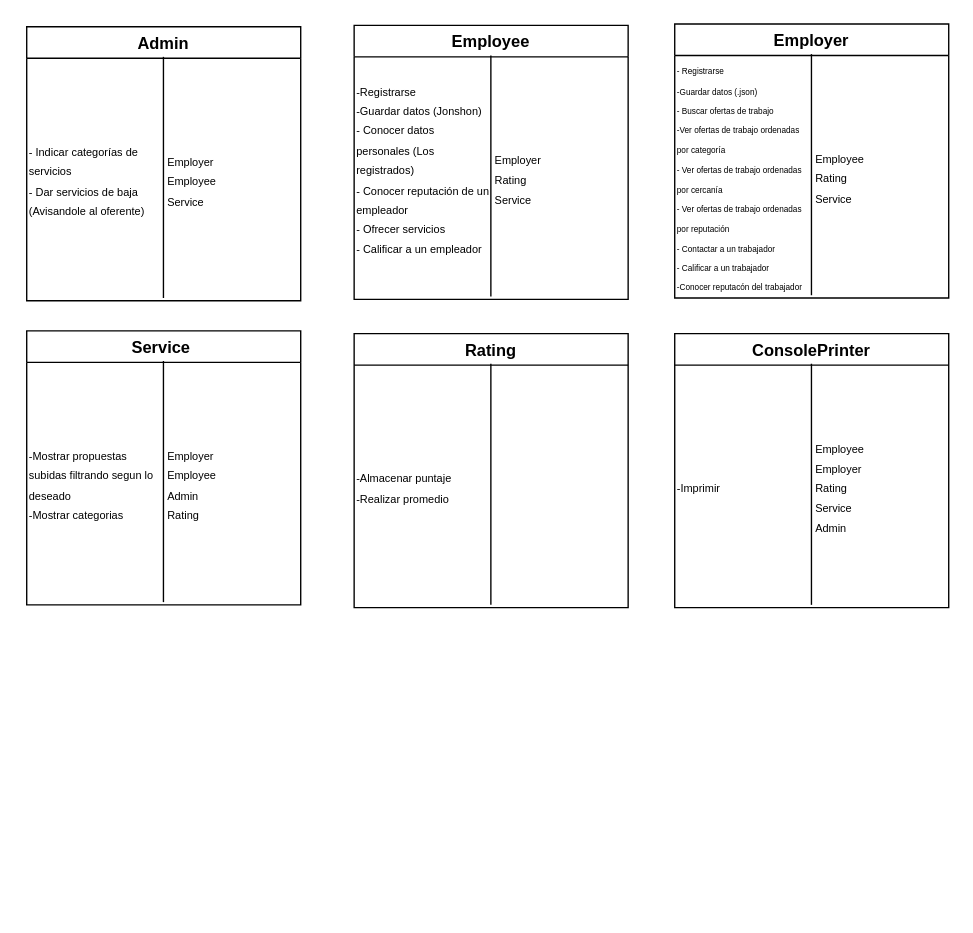
Earlier version of the draw.io diagram Tarjetas CRC.drawio (charlis96/Proyecto_Chatbot). Source tidied: cells renumbered, new cells numbered last; positions are measured from the earlier drawing's top-left corner, leaving out a move shared by most shapes. Both pictures are drawn from the tidied source at 137%, with x=0, y=0 at pixel (26, 23).
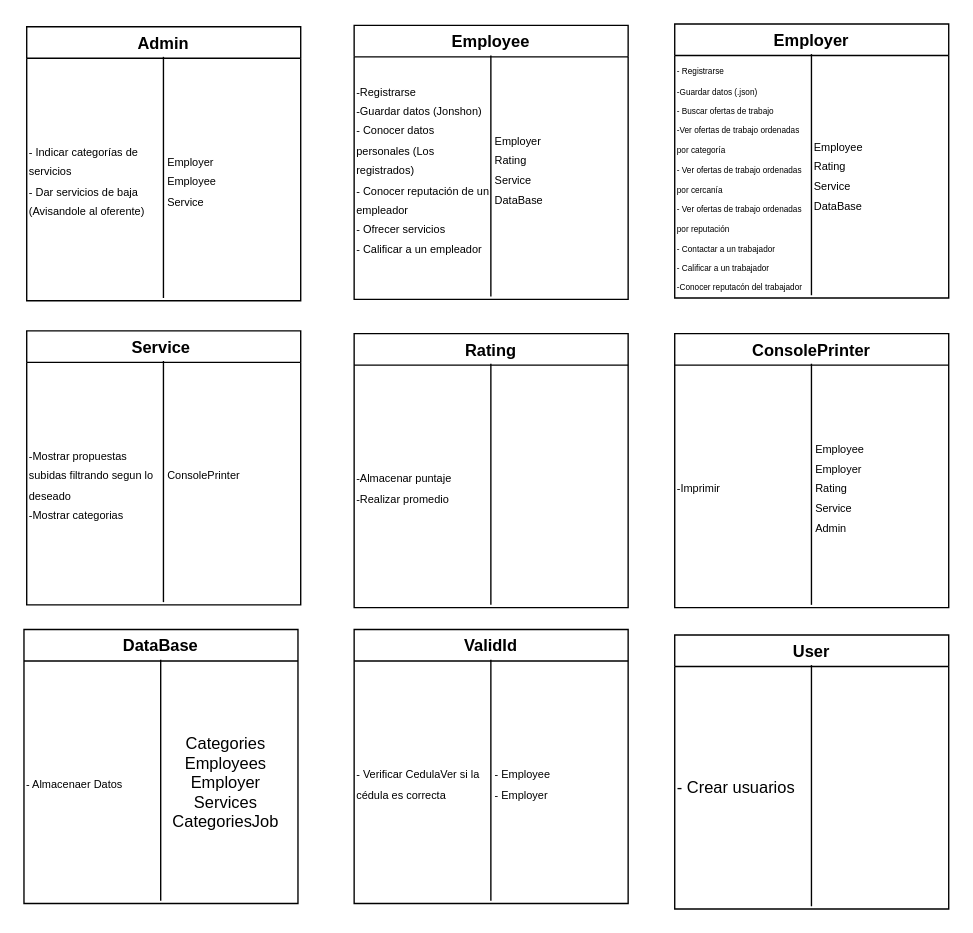
After the change.

Unchanged cells that the change refers to:
```xml
<mxCell id="6" value="Employee" style="swimlane;" parent="1" vertex="1">
  <mxGeometry x="239" y="1" width="200" height="200" as="geometry" />
</mxCell>
<mxCell id="10" value="Employer" style="swimlane;" parent="1" vertex="1">
  <mxGeometry x="473" width="200" height="200" as="geometry" />
</mxCell>
<mxCell id="14" value="Service " style="swimlane;" parent="1" vertex="1">
  <mxGeometry y="224" width="200" height="200" as="geometry" />
</mxCell>
```

Diff of the diagram source:
```diff
@@
-    <mxCell id="9" value="&lt;span style=&quot;font-size: 8px&quot;&gt;Employer&lt;br&gt;Rating&lt;br&gt;Service&lt;br&gt;&lt;/span&gt;" style="text;html=1;strokeColor=none;fillColor=none;align=left;verticalAlign=middle;whiteSpace=wrap;rounded=0;" parent="6" vertex="1">
+    <mxCell id="9" value="&lt;span style=&quot;font-size: 8px&quot;&gt;Employer&lt;br&gt;Rating&lt;br&gt;Service&lt;br&gt;DataBase&lt;br&gt;&lt;br&gt;&lt;/span&gt;" style="text;html=1;strokeColor=none;fillColor=none;align=left;verticalAlign=middle;whiteSpace=wrap;rounded=0;" parent="6" vertex="1">
       <mxGeometry x="101" y="24" width="99" height="176" as="geometry" />
     </mxCell>
@@
-    <mxCell id="13" value="&lt;span style=&quot;font-size: 8px&quot;&gt;Employee&lt;br&gt;&lt;/span&gt;&lt;span style=&quot;font-size: 8px&quot;&gt;Rating&lt;br&gt;Service&lt;br&gt;&lt;/span&gt;" style="text;html=1;strokeColor=none;fillColor=none;align=left;verticalAlign=middle;whiteSpace=wrap;rounded=0;" parent="10" vertex="1">
-      <mxGeometry x="101" y="24" width="99" height="176" as="geometry" />
+    <mxCell id="13" value="&lt;span style=&quot;font-size: 8px&quot;&gt;Employee&lt;br&gt;&lt;/span&gt;&lt;span style=&quot;font-size: 8px&quot;&gt;Rating&lt;br&gt;Service&lt;br&gt;DataBase&lt;br&gt;&lt;/span&gt;" style="text;html=1;strokeColor=none;fillColor=none;align=left;verticalAlign=middle;whiteSpace=wrap;rounded=0;" parent="10" vertex="1">
+      <mxGeometry x="100" y="22" width="99" height="176" as="geometry" />
     </mxCell>
@@
-    <mxCell id="17" value="&lt;span style=&quot;font-size: 8px&quot;&gt;Employer&lt;br&gt;Employee&lt;br&gt;Admin&lt;br&gt;Rating&lt;br&gt;&lt;/span&gt;" style="text;html=1;strokeColor=none;fillColor=none;align=left;verticalAlign=middle;whiteSpace=wrap;rounded=0;" parent="14" vertex="1">
+    <mxCell id="17" value="&lt;span style=&quot;font-size: 8px&quot;&gt;ConsolePrinter&lt;br&gt;&lt;br&gt;&lt;/span&gt;" style="text;html=1;strokeColor=none;fillColor=none;align=left;verticalAlign=middle;whiteSpace=wrap;rounded=0;" parent="14" vertex="1">
       <mxGeometry x="101" y="24" width="99" height="176" as="geometry" />
     </mxCell>
@@
+    <mxCell id="26" value="DataBase" style="swimlane;" parent="1" vertex="1">
+      <mxGeometry x="-2" y="442" width="200" height="200" as="geometry" />
+    </mxCell>
+    <mxCell id="27" style="endArrow=none;html=1;rounded=0;" parent="26" edge="1">
+      <mxGeometry relative="1" as="geometry">
+        <mxPoint x="99.8" y="198" as="sourcePoint" />
+        <mxPoint x="99.8" y="22" as="targetPoint" />
+      </mxGeometry>
+    </mxCell>
+    <mxCell id="28" value="&lt;span style=&quot;font-size: 8px&quot;&gt;- Almacenaer Datos&amp;nbsp;&lt;br&gt;&lt;/span&gt;" style="text;html=1;strokeColor=none;fillColor=none;align=left;verticalAlign=middle;whiteSpace=wrap;rounded=0;" parent="26" vertex="1">
+      <mxGeometry y="24" width="99" height="176" as="geometry" />
+    </mxCell>
+    <mxCell id="29" value="&lt;span style=&quot;font-size: 8px&quot;&gt;&lt;br&gt;&lt;/span&gt;" style="text;html=1;strokeColor=none;fillColor=none;align=left;verticalAlign=middle;whiteSpace=wrap;rounded=0;" parent="26" vertex="1">
+      <mxGeometry x="101" y="24" width="99" height="176" as="geometry" />
+    </mxCell>
+    <mxCell id="30" value="Categories&lt;br&gt;Employees&lt;br&gt;Employer&lt;br&gt;Services&lt;br&gt;CategoriesJob" style="text;html=1;align=center;verticalAlign=middle;strokeColor=none;fillColor=none;" parent="26" vertex="1">
+      <mxGeometry x="103" y="75" width="87" height="74" as="geometry" />
+    </mxCell>
+    <mxCell id="31" value="ValidId" style="swimlane;" parent="1" vertex="1">
+      <mxGeometry x="239" y="442" width="200" height="200" as="geometry" />
+    </mxCell>
+    <mxCell id="32" style="endArrow=none;html=1;rounded=0;" parent="31" edge="1">
+      <mxGeometry relative="1" as="geometry">
+        <mxPoint x="99.8" y="198" as="sourcePoint" />
+        <mxPoint x="99.8" y="22" as="targetPoint" />
+      </mxGeometry>
+    </mxCell>
+    <mxCell id="33" value="&lt;span style=&quot;font-size: 8px&quot;&gt;- Verificar CedulaVer si la cédula es correcta&lt;br&gt;&lt;/span&gt;" style="text;html=1;strokeColor=none;fillColor=none;align=left;verticalAlign=middle;whiteSpace=wrap;rounded=0;" parent="31" vertex="1">
+      <mxGeometry y="24" width="99" height="176" as="geometry" />
+    </mxCell>
+    <mxCell id="34" value="&lt;span style=&quot;font-size: 8px&quot;&gt;- Employee&lt;br&gt;- Employer&lt;br&gt;&lt;/span&gt;" style="text;html=1;strokeColor=none;fillColor=none;align=left;verticalAlign=middle;whiteSpace=wrap;rounded=0;" parent="31" vertex="1">
+      <mxGeometry x="101" y="24" width="99" height="176" as="geometry" />
+    </mxCell>
+    <mxCell id="35" value="User" style="swimlane;" parent="1" vertex="1">
+      <mxGeometry x="473" y="446" width="200" height="200" as="geometry" />
+    </mxCell>
+    <mxCell id="36" style="endArrow=none;html=1;rounded=0;" parent="35" edge="1">
+      <mxGeometry relative="1" as="geometry">
+        <mxPoint x="99.8" y="198" as="sourcePoint" />
+        <mxPoint x="99.8" y="22" as="targetPoint" />
+      </mxGeometry>
+    </mxCell>
+    <mxCell id="37" value="- Crear usuarios&amp;nbsp;" style="text;html=1;strokeColor=none;fillColor=none;align=left;verticalAlign=middle;whiteSpace=wrap;rounded=0;" parent="35" vertex="1">
+      <mxGeometry y="24" width="99" height="176" as="geometry" />
+    </mxCell>
+    <mxCell id="38" value="&lt;span style=&quot;font-size: 8px&quot;&gt;&lt;br&gt;&lt;/span&gt;" style="text;html=1;strokeColor=none;fillColor=none;align=left;verticalAlign=middle;whiteSpace=wrap;rounded=0;" parent="35" vertex="1">
+      <mxGeometry x="101" y="24" width="99" height="176" as="geometry" />
+    </mxCell>
```
